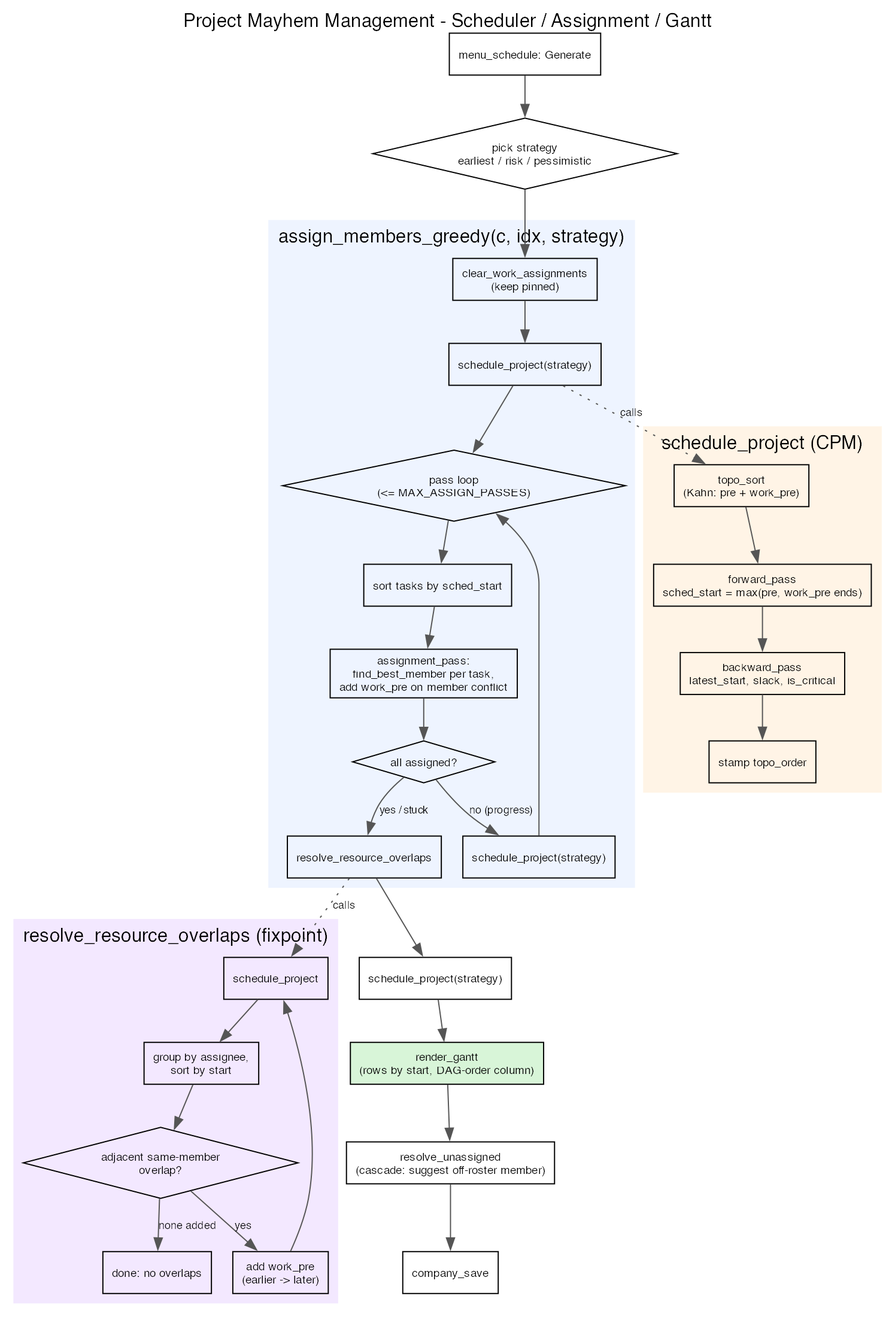
Earlier version of the Graphviz export diagrams/scheduler.png (shabelson-picker/c-final-project). Its source is kept beside it as diagrams/scheduler.dot. The source it was exported from:
```dot
digraph scheduler {
  rankdir=TB;
  graph [fontname="Helvetica", label="Project Mayhem Management - Scheduler / Assignment / Gantt", labelloc=t, fontsize=16];
  node [shape=box, fontname="Helvetica", fontsize=10];
  edge [fontname="Helvetica", fontsize=9, color="#555555"];

  A [label="menu_schedule: Generate"];
  B [shape=diamond, label="pick strategy\nearliest / risk / pessimistic"];
  A -> B;

  subgraph cluster_assign {
    label="assign_members_greedy(c, idx, strategy)";
    style=filled; color="#eef4ff";
    C1 [label="clear_work_assignments\n(keep pinned)"];
    C2 [label="schedule_project(strategy)"];
    C3 [shape=diamond, label="pass loop\n(<= MAX_ASSIGN_PASSES)"];
    C4 [label="sort tasks by sched_start"];
    C5 [label="assignment_pass:\nfind_best_member per task,\nadd work_pre on member conflict"];
    C6 [shape=diamond, label="all assigned?"];
    C7 [label="schedule_project(strategy)"];
    C8 [label="resolve_resource_overlaps"];
    C1 -> C2 -> C3 -> C4 -> C5 -> C6;
    C6 -> C7 [label="no (progress)"];
    C7 -> C3;
    C6 -> C8 [label="yes / stuck"];
  }
  B -> C1;

  subgraph cluster_sp {
    label="schedule_project (CPM)";
    style=filled; color="#fff4e6";
    S1 [label="topo_sort\n(Kahn: pre + work_pre)"];
    S2 [label="forward_pass\nsched_start = max(pre, work_pre ends)"];
    S3 [label="backward_pass\nlatest_start, slack, is_critical"];
    S4 [label="stamp topo_order"];
    S1 -> S2 -> S3 -> S4;
  }
  C2 -> S1 [style=dotted, label="calls"];

  subgraph cluster_res {
    label="resolve_resource_overlaps (fixpoint)";
    style=filled; color="#f3e8ff";
    R1 [label="schedule_project"];
    R2 [label="group by assignee,\nsort by start"];
    R3 [shape=diamond, label="adjacent same-member\noverlap?"];
    R4 [label="add work_pre\n(earlier -> later)"];
    R5 [label="done: no overlaps"];
    R1 -> R2 -> R3;
    R3 -> R4 [label="yes"];
    R4 -> R1;
    R3 -> R5 [label="none added"];
  }
  C8 -> R1 [style=dotted, label="calls"];

  D [label="schedule_project(strategy)"];
  E [shape=box, style=filled, fillcolor="#d8f5d8", label="render_gantt\n(rows by start, DAG-order column)"];
  F [label="resolve_unassigned\n(cascade: suggest off-roster member)"];
  G [label="company_save"];
  C8 -> D -> E -> F -> G;
}
```
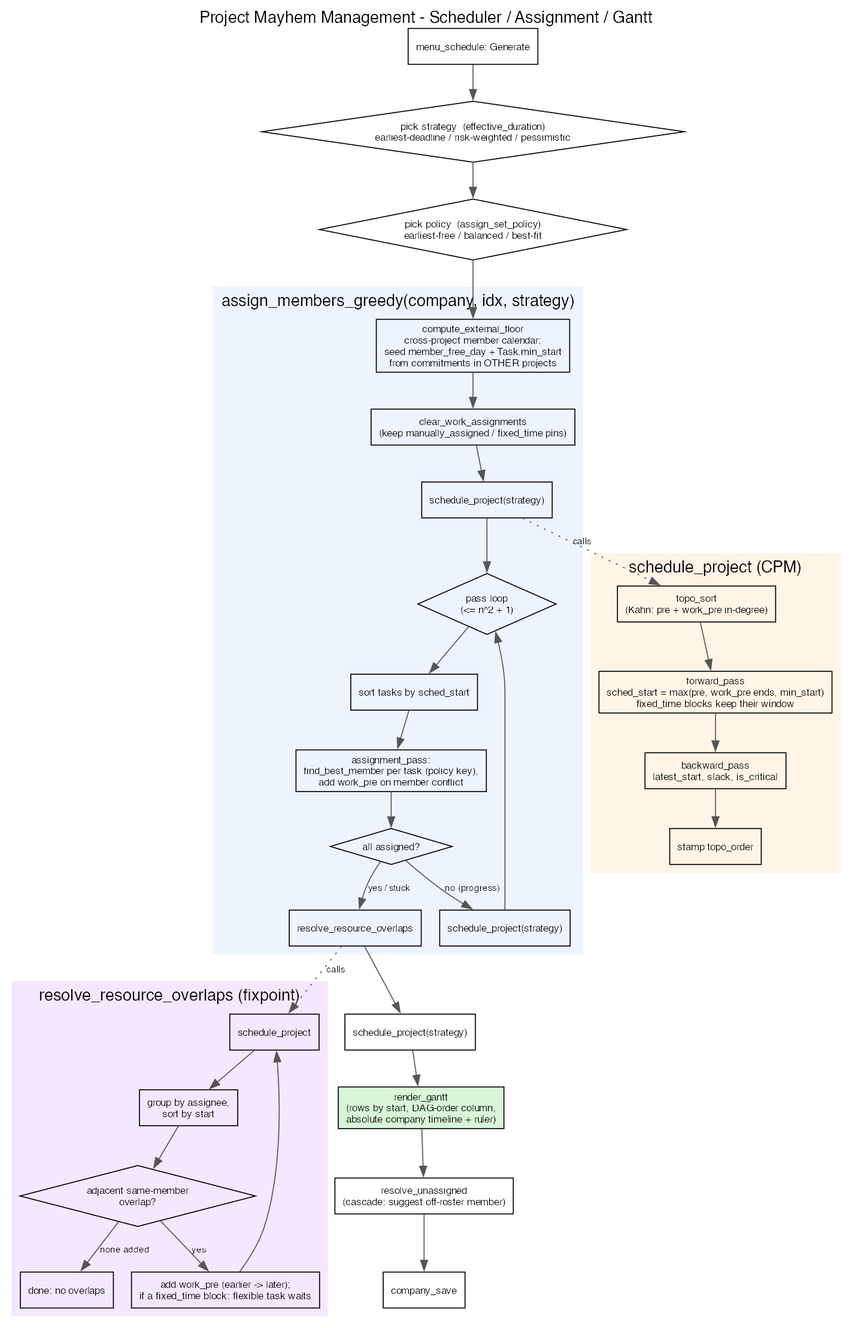
Later version of the same file.

Change to the diagram source:
```diff
@@ -5,32 +5,34 @@
   edge [fontname="Helvetica", fontsize=9, color="#555555"];
 
   A [label="menu_schedule: Generate"];
-  B [shape=diamond, label="pick strategy\nearliest / risk / pessimistic"];
-  A -> B;
+  B [shape=diamond, label="pick strategy  (effective_duration)\nearliest-deadline / risk-weighted / pessimistic"];
+  P [shape=diamond, label="pick policy  (assign_set_policy)\nearliest-free / balanced / best-fit"];
+  A -> B -> P;
 
   subgraph cluster_assign {
-    label="assign_members_greedy(c, idx, strategy)";
+    label="assign_members_greedy(company, idx, strategy)";
     style=filled; color="#eef4ff";
-    C1 [label="clear_work_assignments\n(keep pinned)"];
+    X0 [label="compute_external_floor\ncross-project member calendar:\nseed member_free_day + Task.min_start\nfrom commitments in OTHER projects"];
+    C1 [label="clear_work_assignments\n(keep manually_assigned / fixed_time pins)"];
     C2 [label="schedule_project(strategy)"];
-    C3 [shape=diamond, label="pass loop\n(<= MAX_ASSIGN_PASSES)"];
+    C3 [shape=diamond, label="pass loop\n(<= n^2 + 1)"];
     C4 [label="sort tasks by sched_start"];
-    C5 [label="assignment_pass:\nfind_best_member per task,\nadd work_pre on member conflict"];
+    C5 [label="assignment_pass:\nfind_best_member per task (policy key),\nadd work_pre on member conflict"];
     C6 [shape=diamond, label="all assigned?"];
     C7 [label="schedule_project(strategy)"];
     C8 [label="resolve_resource_overlaps"];
-    C1 -> C2 -> C3 -> C4 -> C5 -> C6;
+    X0 -> C1 -> C2 -> C3 -> C4 -> C5 -> C6;
     C6 -> C7 [label="no (progress)"];
     C7 -> C3;
     C6 -> C8 [label="yes / stuck"];
   }
-  B -> C1;
+  P -> X0;
 
   subgraph cluster_sp {
     label="schedule_project (CPM)";
     style=filled; color="#fff4e6";
-    S1 [label="topo_sort\n(Kahn: pre + work_pre)"];
-    S2 [label="forward_pass\nsched_start = max(pre, work_pre ends)"];
+    S1 [label="topo_sort\n(Kahn: pre + work_pre in-degree)"];
+    S2 [label="forward_pass\nsched_start = max(pre, work_pre ends, min_start)\nfixed_time blocks keep their window"];
     S3 [label="backward_pass\nlatest_start, slack, is_critical"];
     S4 [label="stamp topo_order"];
     S1 -> S2 -> S3 -> S4;
@@ -43,7 +45,7 @@
     R1 [label="schedule_project"];
     R2 [label="group by assignee,\nsort by start"];
     R3 [shape=diamond, label="adjacent same-member\noverlap?"];
-    R4 [label="add work_pre\n(earlier -> later)"];
+    R4 [label="add work_pre (earlier -> later);\nif a fixed_time block: flexible task waits"];
     R5 [label="done: no overlaps"];
     R1 -> R2 -> R3;
     R3 -> R4 [label="yes"];
@@ -53,7 +55,7 @@
   C8 -> R1 [style=dotted, label="calls"];
 
   D [label="schedule_project(strategy)"];
-  E [shape=box, style=filled, fillcolor="#d8f5d8", label="render_gantt\n(rows by start, DAG-order column)"];
+  E [shape=box, style=filled, fillcolor="#d8f5d8", label="render_gantt\n(rows by start, DAG-order column,\nabsolute company timeline + ruler)"];
   F [label="resolve_unassigned\n(cascade: suggest off-roster member)"];
   G [label="company_save"];
   C8 -> D -> E -> F -> G;
```
